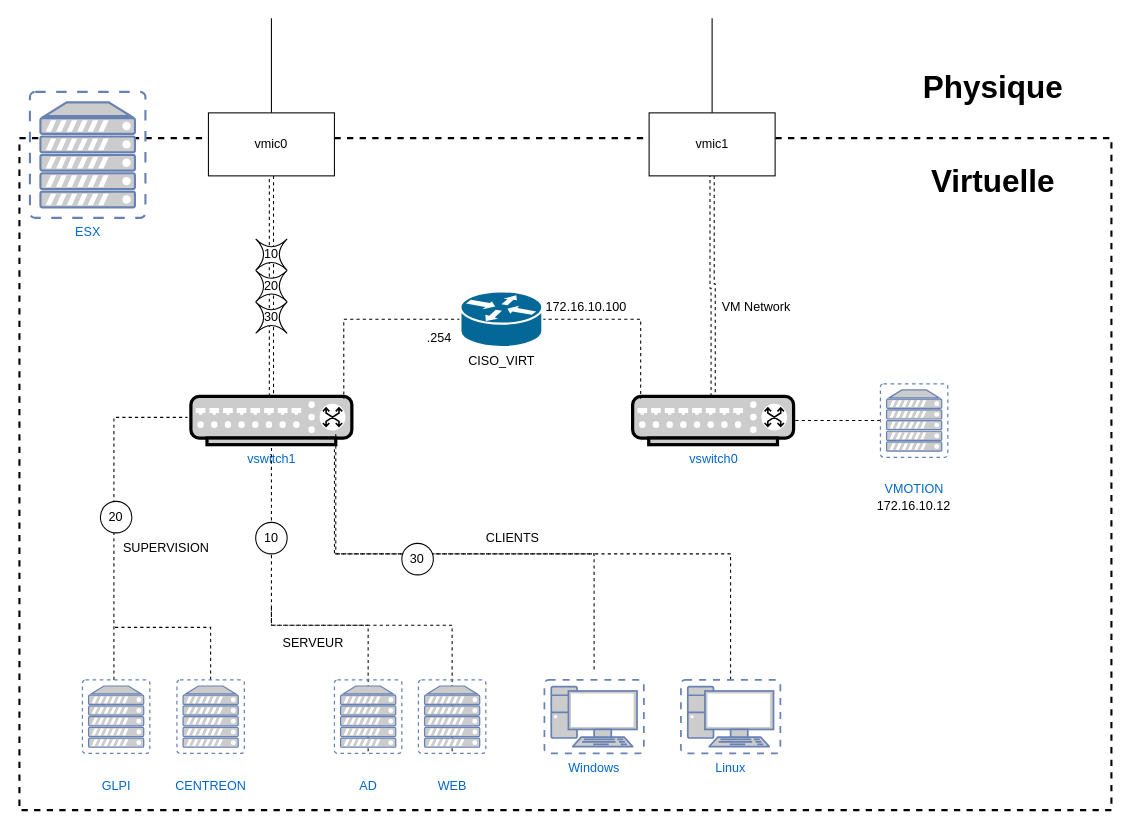
The draw.io diagram CR_SAE_VIRTUALISATION/drawio/schema_virtuel.drawio in matcube22/MARKDOWN---DOC, before the edit. Source tidied: cells renumbered, new cells numbered last; positions are measured from the earlier drawing's top-left corner, leaving out a move shared by most shapes. Both pictures are drawn from the tidied source at 105%, with x=0, y=0 at pixel (19, 18).
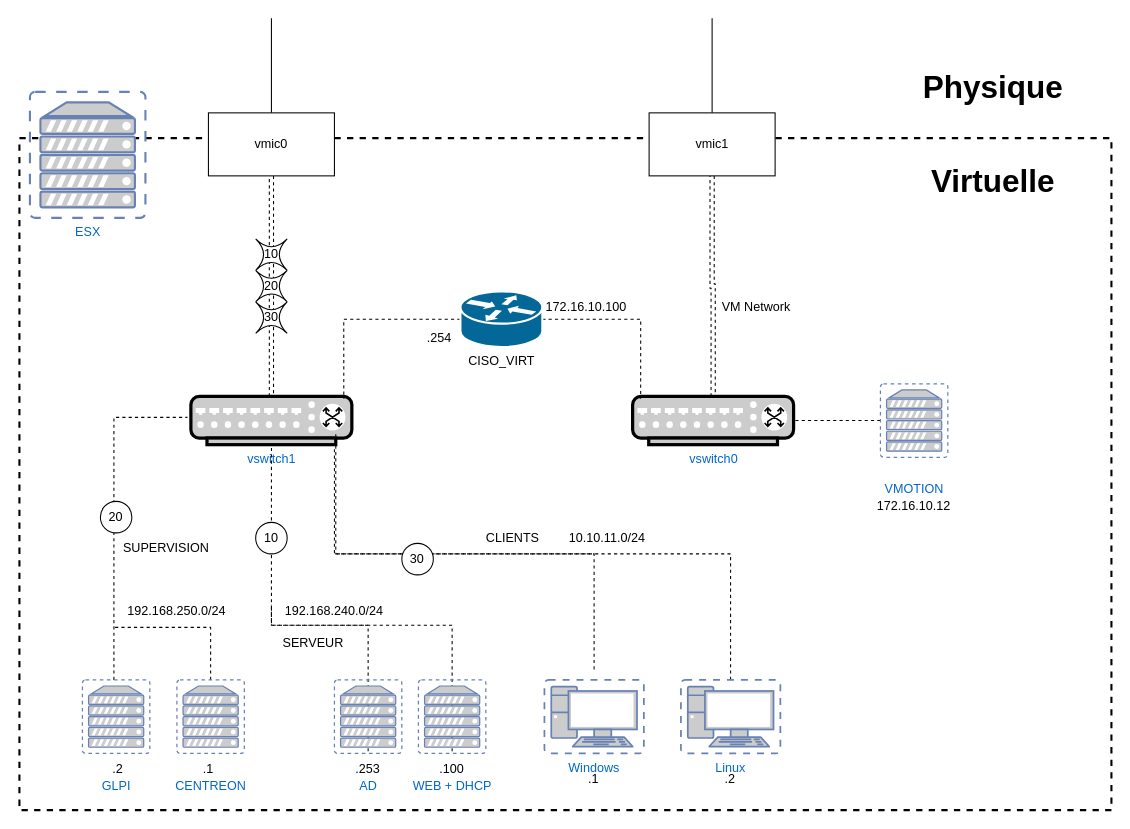
Above is the later version.

The edit, as a diff of the source:
```diff
@@
-    <mxCell id="26" value="&lt;span style=&quot;font-size: 12px;&quot;&gt;WEB&lt;/span&gt;" style="fontColor=#0066CC;verticalAlign=top;verticalLabelPosition=bottom;labelPosition=center;align=center;html=1;fillColor=#CCCCCC;strokeColor=#6881B3;gradientColor=none;gradientDirection=north;strokeWidth=2;shape=mxgraph.networks.virtual_server;rounded=0;fontSize=30;" parent="1" vertex="1">
+    <mxCell id="26" value="&lt;span style=&quot;font-size: 12px;&quot;&gt;WEB + DHCP&lt;/span&gt;" style="fontColor=#0066CC;verticalAlign=top;verticalLabelPosition=bottom;labelPosition=center;align=center;html=1;fillColor=#CCCCCC;strokeColor=#6881B3;gradientColor=none;gradientDirection=north;strokeWidth=2;shape=mxgraph.networks.virtual_server;rounded=0;fontSize=30;" parent="1" vertex="1">
       <mxGeometry x="380" y="630" width="64.2" height="70" as="geometry" />
     </mxCell>
@@
+    <mxCell id="45" value=".1" style="text;html=1;strokeColor=none;fillColor=none;align=center;verticalAlign=middle;whiteSpace=wrap;rounded=0;" parent="1" vertex="1">
+      <mxGeometry x="150" y="700" width="60" height="30" as="geometry" />
+    </mxCell>
+    <mxCell id="46" value=".2" style="text;html=1;strokeColor=none;fillColor=none;align=center;verticalAlign=middle;whiteSpace=wrap;rounded=0;" parent="1" vertex="1">
+      <mxGeometry x="64.2" y="700" width="60" height="30" as="geometry" />
+    </mxCell>
+    <mxCell id="47" value=".253" style="text;html=1;strokeColor=none;fillColor=none;align=center;verticalAlign=middle;whiteSpace=wrap;rounded=0;" parent="1" vertex="1">
+      <mxGeometry x="302.1" y="700" width="60" height="30" as="geometry" />
+    </mxCell>
+    <mxCell id="48" value=".100" style="text;html=1;strokeColor=none;fillColor=none;align=center;verticalAlign=middle;whiteSpace=wrap;rounded=0;" parent="1" vertex="1">
+      <mxGeometry x="382.1" y="700" width="60" height="30" as="geometry" />
+    </mxCell>
+    <mxCell id="49" value=".1" style="text;html=1;strokeColor=none;fillColor=none;align=center;verticalAlign=middle;whiteSpace=wrap;rounded=0;" parent="1" vertex="1">
+      <mxGeometry x="517.4" y="710" width="60" height="30" as="geometry" />
+    </mxCell>
+    <mxCell id="50" value=".2" style="text;html=1;strokeColor=none;fillColor=none;align=center;verticalAlign=middle;whiteSpace=wrap;rounded=0;" parent="1" vertex="1">
+      <mxGeometry x="647.4" y="710" width="60" height="30" as="geometry" />
+    </mxCell>
+    <mxCell id="51" value="192.168.240.0/24" style="text;html=1;strokeColor=none;fillColor=none;align=center;verticalAlign=middle;whiteSpace=wrap;rounded=0;" parent="1" vertex="1">
+      <mxGeometry x="240" y="550" width="120" height="30" as="geometry" />
+    </mxCell>
+    <mxCell id="52" value="192.168.250.0/24" style="text;html=1;strokeColor=none;fillColor=none;align=center;verticalAlign=middle;whiteSpace=wrap;rounded=0;" parent="1" vertex="1">
+      <mxGeometry x="90" y="550" width="120" height="30" as="geometry" />
+    </mxCell>
+    <mxCell id="53" value="10.10.11.0/24" style="text;html=1;strokeColor=none;fillColor=none;align=center;verticalAlign=middle;whiteSpace=wrap;rounded=0;" parent="1" vertex="1">
+      <mxGeometry x="500" y="480" width="120" height="30" as="geometry" />
+    </mxCell>
```
